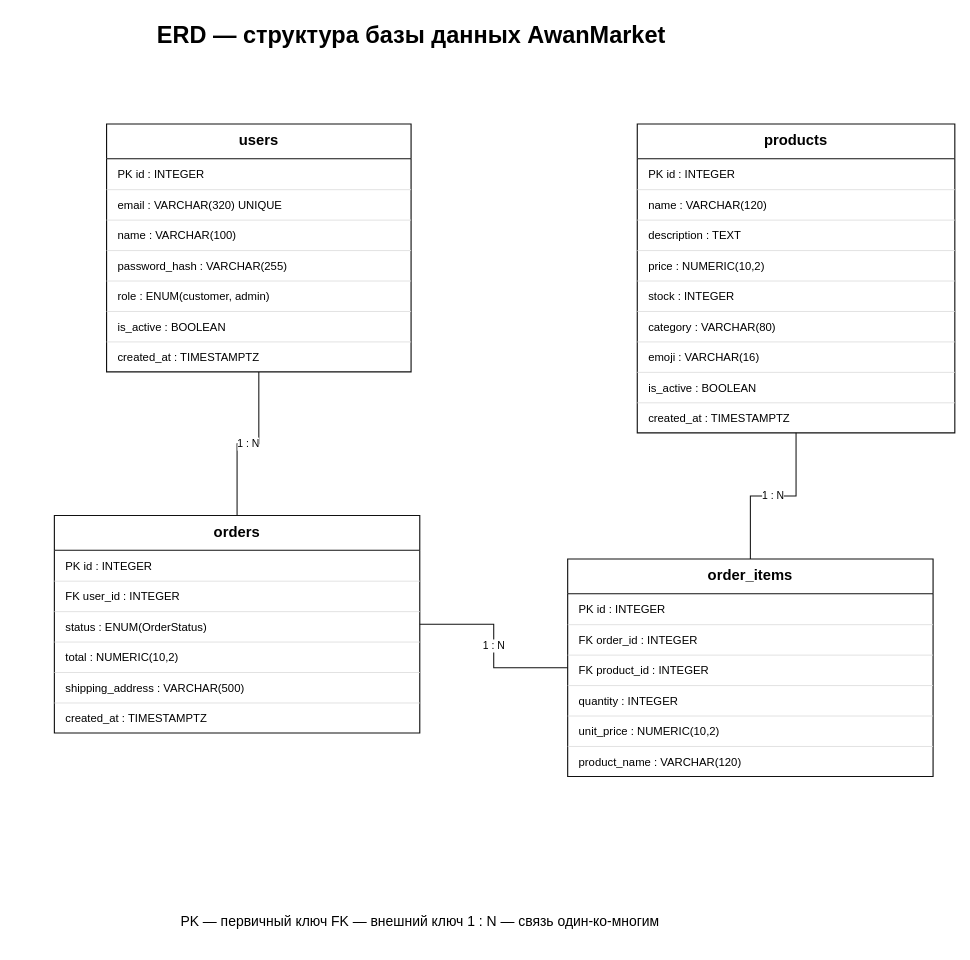
This is page "02 ERD" (2 of 4) of AwanMarket-UML.drawio from Regardov/AwanMarket, a draw.io file, before an edit. Source tidied: cells renumbered, new cells numbered last; positions are measured from the earlier drawing's top-left corner, leaving out a move shared by most shapes. Both pictures are drawn from the tidied source at 87%, with x=0, y=0 at pixel (15, 15).
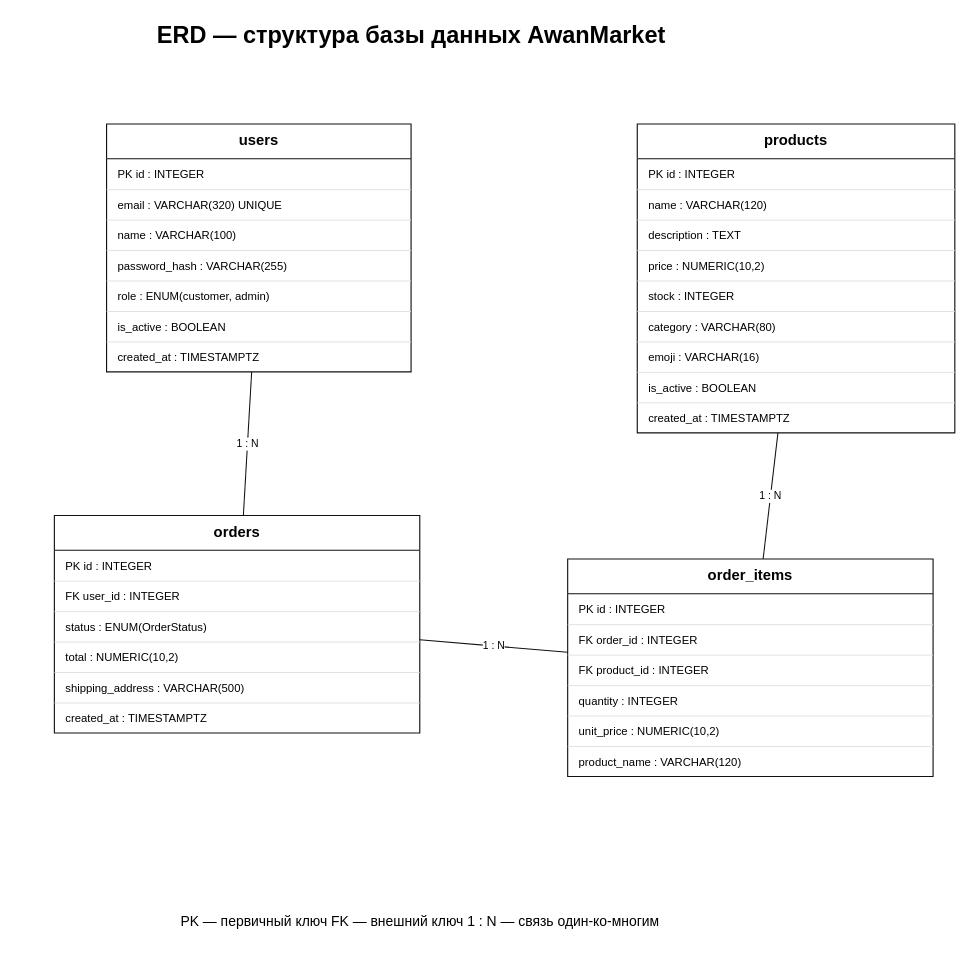
The same diagram, later.

Unchanged cells that the change refers to:
```xml
<mxCell id="3" value="users" style="swimlane;html=1;startSize=40;horizontal=1;rounded=0;fillColor=#ffffff;swimlaneFillColor=#ffffff;strokeColor=#111111;strokeWidth=1.3;fontSize=17;fontStyle=1;align=center;whiteSpace=wrap;" parent="1" vertex="1">
  <mxGeometry x="105" y="125" width="350" height="285" as="geometry" />
</mxCell>
<mxCell id="17" value="products" style="swimlane;html=1;startSize=40;horizontal=1;rounded=0;fillColor=#ffffff;swimlaneFillColor=#ffffff;strokeColor=#111111;strokeWidth=1.3;fontSize=17;fontStyle=1;align=center;whiteSpace=wrap;" parent="1" vertex="1">
  <mxGeometry x="715" y="125" width="365" height="355" as="geometry" />
</mxCell>
<mxCell id="35" value="orders" style="swimlane;html=1;startSize=40;horizontal=1;rounded=0;fillColor=#ffffff;swimlaneFillColor=#ffffff;strokeColor=#111111;strokeWidth=1.3;fontSize=17;fontStyle=1;align=center;whiteSpace=wrap;" parent="1" vertex="1">
  <mxGeometry x="45" y="575" width="420" height="250" as="geometry" />
</mxCell>
<mxCell id="47" value="order_items" style="swimlane;html=1;startSize=40;horizontal=1;rounded=0;fillColor=#ffffff;swimlaneFillColor=#ffffff;strokeColor=#111111;strokeWidth=1.3;fontSize=17;fontStyle=1;align=center;whiteSpace=wrap;" parent="1" vertex="1">
  <mxGeometry x="635" y="625" width="420" height="250" as="geometry" />
</mxCell>
```

The edit, as a diff of the source:
```diff
@@
-    <mxCell id="59" value="1 : N" style="edgeStyle=orthogonalEdgeStyle;rounded=0;jettySize=auto;html=1;strokeColor=#111111;strokeWidth=1.2;endArrow=none;fontSize=12;" parent="1" edge="1" source="3" target="35">
+    <mxCell id="59" value="1 : N" style="edgeStyle=none;noEdgeStyle=1;rounded=0;jettySize=auto;html=1;strokeColor=#111111;strokeWidth=1.2;endArrow=none;fontSize=12;" parent="1" edge="1" source="3" target="35">
       <mxGeometry relative="1" as="geometry" />
     </mxCell>
-    <mxCell id="60" value="1 : N" style="edgeStyle=orthogonalEdgeStyle;rounded=0;jettySize=auto;html=1;strokeColor=#111111;strokeWidth=1.2;endArrow=none;fontSize=12;" parent="1" edge="1" source="35" target="47">
+    <mxCell id="60" value="1 : N" style="edgeStyle=none;noEdgeStyle=1;rounded=0;jettySize=auto;html=1;strokeColor=#111111;strokeWidth=1.2;endArrow=none;fontSize=12;" parent="1" edge="1" source="35" target="47">
       <mxGeometry relative="1" as="geometry" />
     </mxCell>
-    <mxCell id="61" value="1 : N" style="edgeStyle=orthogonalEdgeStyle;rounded=0;jettySize=auto;html=1;strokeColor=#111111;strokeWidth=1.2;endArrow=none;fontSize=12;" parent="1" edge="1" source="17" target="47">
+    <mxCell id="61" value="1 : N" style="edgeStyle=none;noEdgeStyle=1;rounded=0;jettySize=auto;html=1;strokeColor=#111111;strokeWidth=1.2;endArrow=none;fontSize=12;" parent="1" edge="1" source="17" target="47">
       <mxGeometry relative="1" as="geometry" />
     </mxCell>
```
